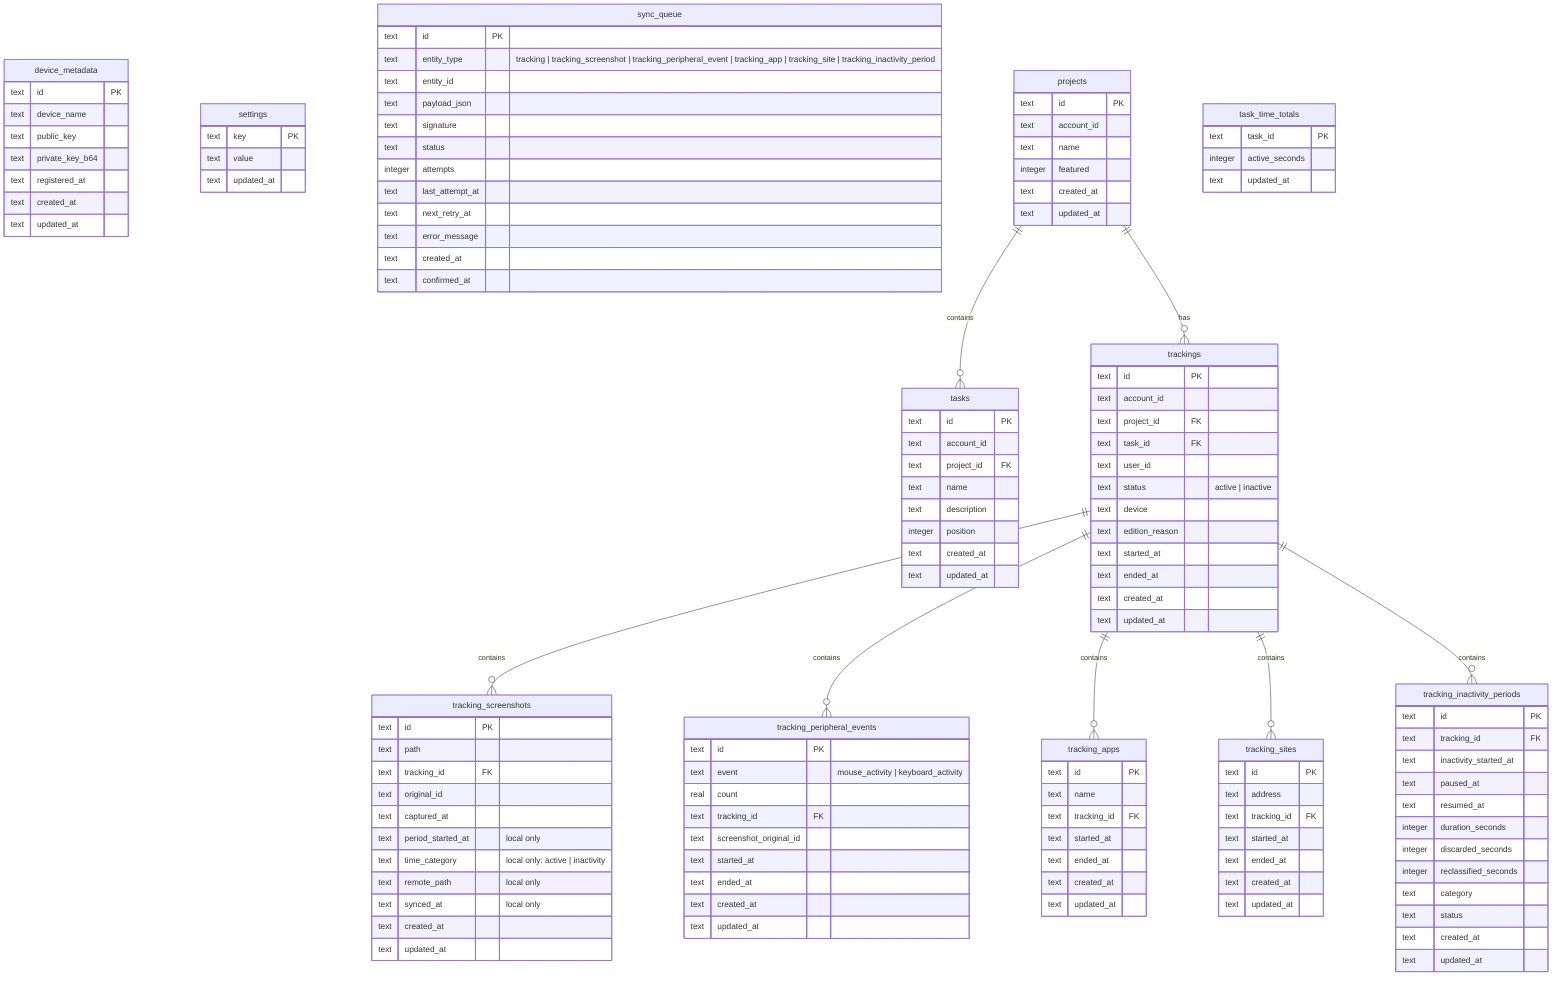
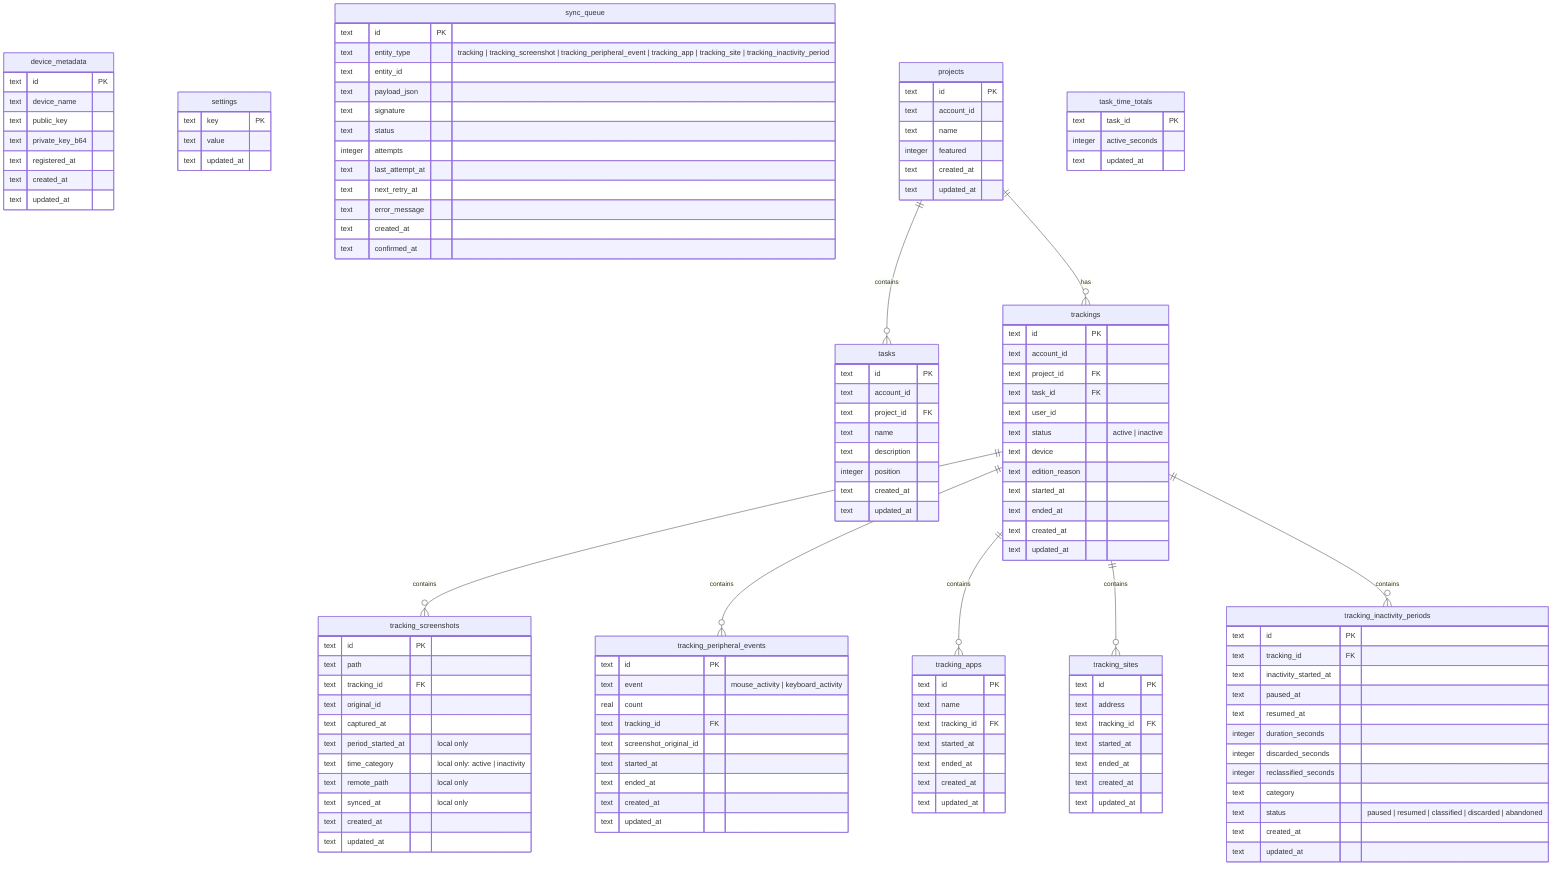
erDiagram
    %% ========================================================================
    %% voowork-desktop — SQLite local (offline-first)
    %% Domínio espelhado de voowork-backend/docs/db.mermaid + extensões locais
    %% ========================================================================

  device_metadata {
    text id PK
    text device_name
    text public_key
    text private_key_b64
    text registered_at
    text created_at
    text updated_at
  }

  settings {
    text key PK
    text value
    text updated_at
  }

  sync_queue {
    text id PK
    text entity_type "tracking | tracking_screenshot | tracking_peripheral_event | tracking_app | tracking_site | tracking_inactivity_period"
    text entity_id
    text payload_json
    text signature
    text status
    integer attempts
    text last_attempt_at
    text next_retry_at
    text error_message
    text created_at
    text confirmed_at
  }

  projects {
    text id PK
    text account_id
    text name
    integer featured
    text created_at
    text updated_at
  }

  tasks {
    text id PK
    text account_id
    text project_id FK
    text name
    text description
    integer position
    text created_at
    text updated_at
  }

  trackings {
    text id PK
    text account_id
    text project_id FK
    text task_id FK
    text user_id
    text status "active | inactive"
    text device
    text edition_reason
    text started_at
    text ended_at
    text created_at
    text updated_at
  }

  tracking_screenshots {
    text id PK
    text path
    text tracking_id FK
    text original_id
    text captured_at
    text period_started_at "local only"
    text time_category "local only: active | inactivity"
    text remote_path "local only"
    text synced_at "local only"
    text created_at
    text updated_at
  }

  tracking_peripheral_events {
    text id PK
    text event "mouse_activity | keyboard_activity"
    real count
    text tracking_id FK
    text screenshot_original_id
    text started_at
    text ended_at
    text created_at
    text updated_at
  }

  tracking_apps {
    text id PK
    text name
    text tracking_id FK
    text started_at
    text ended_at
    text created_at
    text updated_at
  }

  tracking_sites {
    text id PK
    text address
    text tracking_id FK
    text started_at
    text ended_at
    text created_at
    text updated_at
  }

  tracking_inactivity_periods {
    text id PK
    text tracking_id FK
    text inactivity_started_at
    text paused_at
    text resumed_at
    integer duration_seconds
    integer discarded_seconds
    integer reclassified_seconds
    text category
-     text status
+     text status "paused | resumed | classified | discarded | abandoned"
    text created_at
    text updated_at
  }

  task_time_totals {
    text task_id PK
    integer active_seconds
    text updated_at
  }

  trackings ||--o{ tracking_screenshots : contains
  trackings ||--o{ tracking_peripheral_events : contains
  trackings ||--o{ tracking_apps : contains
  trackings ||--o{ tracking_sites : contains
  trackings ||--o{ tracking_inactivity_periods : contains
  projects ||--o{ tasks : contains
  projects ||--o{ trackings : has
